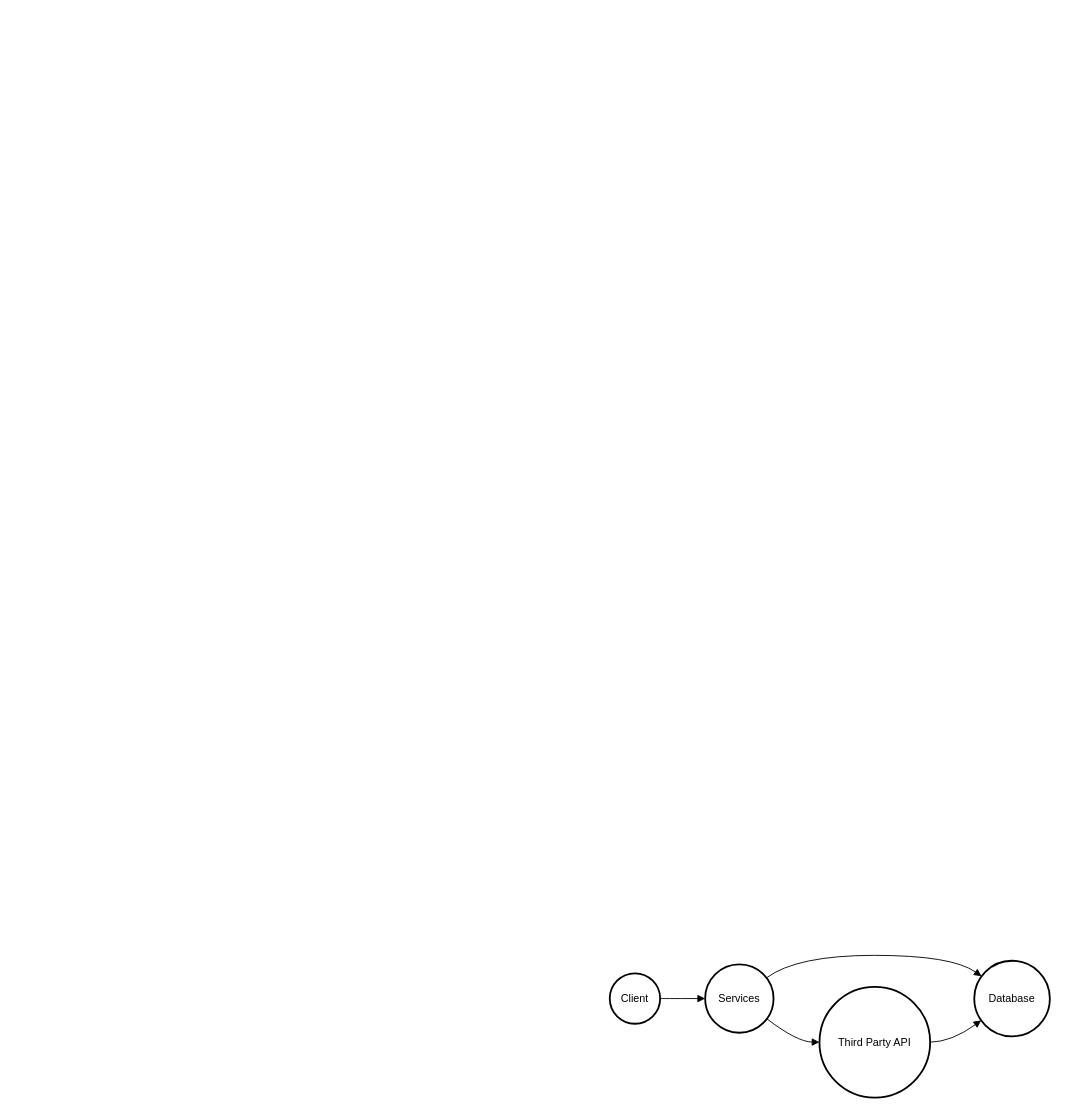
The draw.io diagram Untitled Diagram.drawio in kulgan/other, before the edit. Source tidied: cells renumbered, new cells numbered last; positions are measured from the earlier drawing's top-left corner, leaving out a move shared by most shapes. Both pictures are drawn from the tidied source at 90%, with x=0, y=0 at pixel (609, 955).
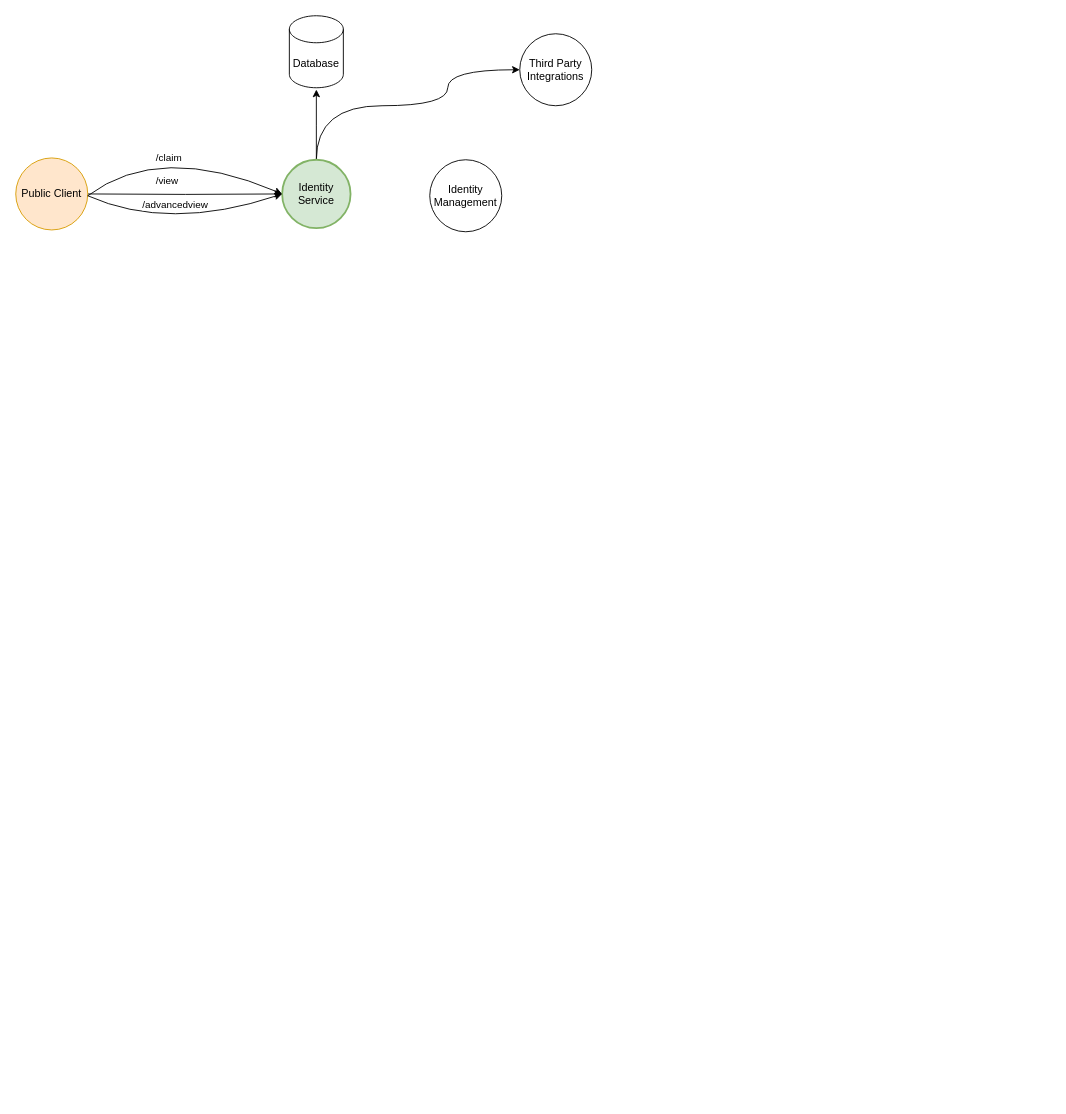
The same diagram, later.

Change to the diagram source:
```diff
@@
-    <mxCell id="2" value="Client" style="ellipse;strokeWidth=2;whiteSpace=wrap;" parent="1" vertex="1">
-      <mxGeometry y="20" width="56" height="56" as="geometry" />
-    </mxCell>
+    <mxCell id="10" style="edgeStyle=orthogonalEdgeStyle;rounded=0;jettySize=auto;html=1;" parent="1" edge="1" source="3">
+      <mxGeometry relative="1" as="geometry">
+        <mxPoint x="-326" y="-962" as="targetPoint" />
+      </mxGeometry>
+    </mxCell>
+    <mxCell id="11" style="edgeStyle=orthogonalEdgeStyle;rounded=0;jettySize=auto;html=1;curved=1;" parent="1" edge="1" source="3" target="19">
+      <mxGeometry relative="1" as="geometry">
+        <Array as="points">
+          <mxPoint x="-326" y="-944" />
+          <mxPoint x="-180" y="-944" />
+        </Array>
+      </mxGeometry>
+    </mxCell>
-    <mxCell id="3" value="Services" style="ellipse;strokeWidth=2;whiteSpace=wrap;" parent="1" vertex="1">
-      <mxGeometry x="106" y="10" width="76" height="76" as="geometry" />
+    <mxCell id="3" value="Identity Service" style="ellipse;strokeWidth=2;whiteSpace=wrap;fillColor=#d5e8d4;strokeColor=#82b366;" parent="1" vertex="1">
+      <mxGeometry x="-364" y="-884" width="76" height="76" as="geometry" />
     </mxCell>
+    <mxCell id="12" style="edgeStyle=orthogonalEdgeStyle;rounded=0;jettySize=auto;html=1;entryX=0;entryY=0.5;entryDx=0;entryDy=0;" parent="1" edge="1" target="3">
+      <mxGeometry relative="1" as="geometry">
+        <mxPoint x="-580" y="-846" as="sourcePoint" />
+      </mxGeometry>
+    </mxCell>
+    <mxCell id="13" value="/view" style="edgeLabel;html=1;align=center;verticalAlign=middle;" parent="12" vertex="1">
+      <mxGeometry x="-0.19" y="-1" relative="1" as="geometry">
+        <mxPoint y="-17" as="offset" />
+      </mxGeometry>
+    </mxCell>
+    <mxCell id="14" value="Public Client" style="ellipse;whiteSpace=wrap;html=1;fillColor=#ffe6cc;strokeColor=#d79b00;" parent="1" vertex="1">
+      <mxGeometry x="-660" y="-886" width="80" height="80" as="geometry" />
+    </mxCell>
-    <mxCell id="4" value="Database" style="ellipse;strokeWidth=2;whiteSpace=wrap;" parent="1" vertex="1">
-      <mxGeometry x="405" y="6" width="84" height="84" as="geometry" />
+    <mxCell id="4" value="Database" style="shape=cylinder3;whiteSpace=wrap;html=1;boundedLbl=1;backgroundOutline=1;size=15;" parent="1" vertex="1">
+      <mxGeometry x="-356" y="-1044" width="60" height="80" as="geometry" />
     </mxCell>
-    <mxCell id="5" value="Third Party API" style="ellipse;strokeWidth=2;whiteSpace=wrap;" parent="1" vertex="1">
-      <mxGeometry x="233" y="35" width="123" height="123" as="geometry" />
-    </mxCell>
-    <mxCell id="6" style="curved=1;startArrow=none;endArrow=block;exitX=1.0082310267857142;exitY=0.49637276785714285;entryX=0.006064967105263158;entryY=0.4973273026315789;" parent="1" edge="1" source="2" target="3">
-      <mxGeometry relative="1" as="geometry" />
-    </mxCell>
-    <mxCell id="7" style="curved=1;startArrow=none;endArrow=block;exitX=1.0107935855263157;exitY=0.11448184230457588;entryX=0.004929315476190476;entryY=0.13891553971734893;" parent="1" edge="1" source="3" target="4">
-      <mxGeometry relative="1" as="geometry">
-        <Array as="points">
-          <mxPoint x="208" />
-          <mxPoint x="380" />
-        </Array>
-      </mxGeometry>
-    </mxCell>
-    <mxCell id="8" style="curved=1;startArrow=none;endArrow=block;exitX=1.0107935855263157;exitY=0.880172762958582;entryX=-0.0014608739837398373;entryY=0.4954903455284553;" parent="1" edge="1" source="3" target="5">
-      <mxGeometry relative="1" as="geometry">
-        <Array as="points">
-          <mxPoint x="208" y="96" />
-        </Array>
-      </mxGeometry>
-    </mxCell>
-    <mxCell id="9" style="curved=1;startArrow=none;endArrow=block;exitX=0.9952362804878049;exitY=0.4954903455284553;entryX=0.004929315476190476;entryY=0.8562481507588415;" parent="1" edge="1" source="5" target="4">
-      <mxGeometry relative="1" as="geometry">
-        <Array as="points">
-          <mxPoint x="380" y="96" />
-        </Array>
-      </mxGeometry>
-    </mxCell>
+    <mxCell id="15" style="endArrow=classic;html=1;rounded=0;curved=1;entryX=0;entryY=0.5;entryDx=0;entryDy=0;" parent="1" edge="1" target="3">
+      <mxGeometry relative="1" as="geometry">
+        <mxPoint x="-580" y="-844" as="sourcePoint" />
+        <Array as="points">
+          <mxPoint x="-490" y="-804" />
+        </Array>
+      </mxGeometry>
+    </mxCell>
+    <mxCell id="16" value="/advancedview" style="edgeLabel;html=1;align=center;verticalAlign=middle;" parent="15" vertex="1">
+      <mxGeometry x="-0.22" y="18" relative="1" as="geometry">
+        <mxPoint x="7" y="-11" as="offset" />
+      </mxGeometry>
+    </mxCell>
+    <mxCell id="17" style="endArrow=classic;html=1;rounded=0;curved=1;entryX=0;entryY=0.5;entryDx=0;entryDy=0;" parent="1" edge="1" target="3">
+      <mxGeometry relative="1" as="geometry">
+        <mxPoint x="-580" y="-844" as="sourcePoint" />
+        <Array as="points">
+          <mxPoint x="-500" y="-904" />
+        </Array>
+      </mxGeometry>
+    </mxCell>
+    <mxCell id="18" value="/claim" style="edgeLabel;html=1;align=center;verticalAlign=middle;" parent="17" vertex="1">
+      <mxGeometry x="-0.03" y="-22" relative="1" as="geometry">
+        <mxPoint y="-11" as="offset" />
+      </mxGeometry>
+    </mxCell>
+    <mxCell id="19" value="Third Party Integrations" style="ellipse;whiteSpace=wrap;html=1;" parent="1" vertex="1">
+      <mxGeometry x="-100" y="-1024" width="80" height="80" as="geometry" />
+    </mxCell>
+    <mxCell id="20" value="Identity Management" style="ellipse;whiteSpace=wrap;html=1;" parent="1" vertex="1">
+      <mxGeometry x="-200" y="-884" width="80" height="80" as="geometry" />
+    </mxCell>
```
